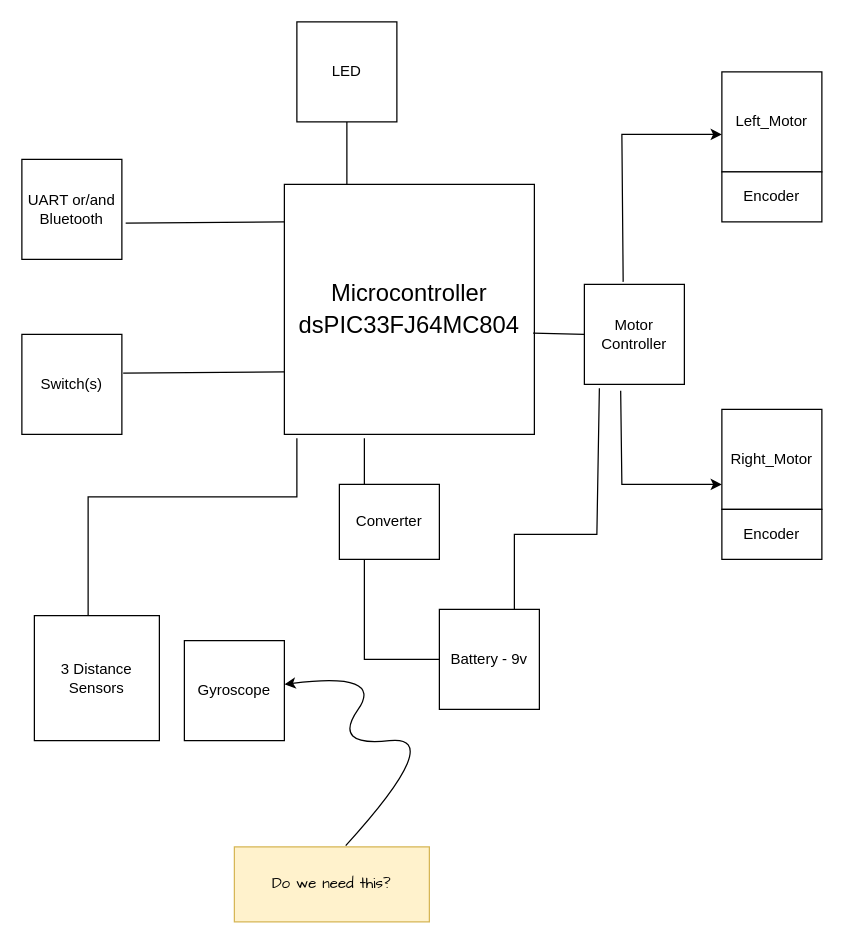
Earlier version of the draw.io diagram draft/block_diagram.drawio (AminSeffo/Micromouse). Source tidied: cells renumbered, new cells numbered last; positions are measured from the earlier drawing's top-left corner, leaving out a move shared by most shapes. Both pictures are drawn from the tidied source at 125%, with x=0, y=0 at pixel (21, 21).
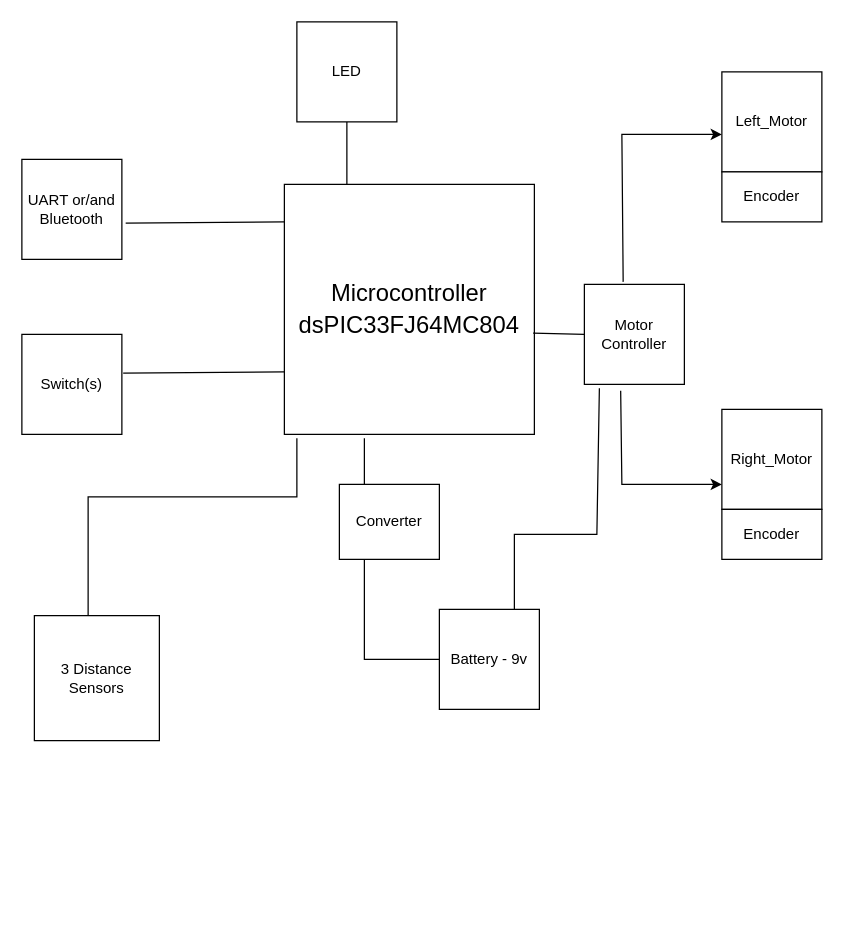
After the change.

Diff of the diagram source:
```diff
@@
-    <mxCell id="22" value="Gyroscope" style="rounded=0;whiteSpace=wrap;html=1;" parent="1" vertex="1">
-      <mxGeometry x="130" y="495" width="80" height="80" as="geometry" />
-    </mxCell>
@@
-    <mxCell id="25" value="Do we need this?" style="text;html=1;strokeColor=#d6b656;fillColor=#fff2cc;align=center;verticalAlign=middle;whiteSpace=wrap;rounded=0;fontFamily=Comic Sans MS;" parent="1" vertex="1">
-      <mxGeometry x="170" y="660" width="156" height="60" as="geometry" />
-    </mxCell>
-    <mxCell id="26" style="curved=1;endArrow=classic;html=1;rounded=0;exitX=0.571;exitY=-0.017;exitDx=0;exitDy=0;exitPerimeter=0;" parent="1" edge="1" source="25" target="22">
-      <mxGeometry relative="1" as="geometry">
-        <Array as="points">
-          <mxPoint x="340" y="570" />
-          <mxPoint x="248" y="580" />
-          <mxPoint x="290" y="520" />
-        </Array>
-      </mxGeometry>
-    </mxCell>
```
